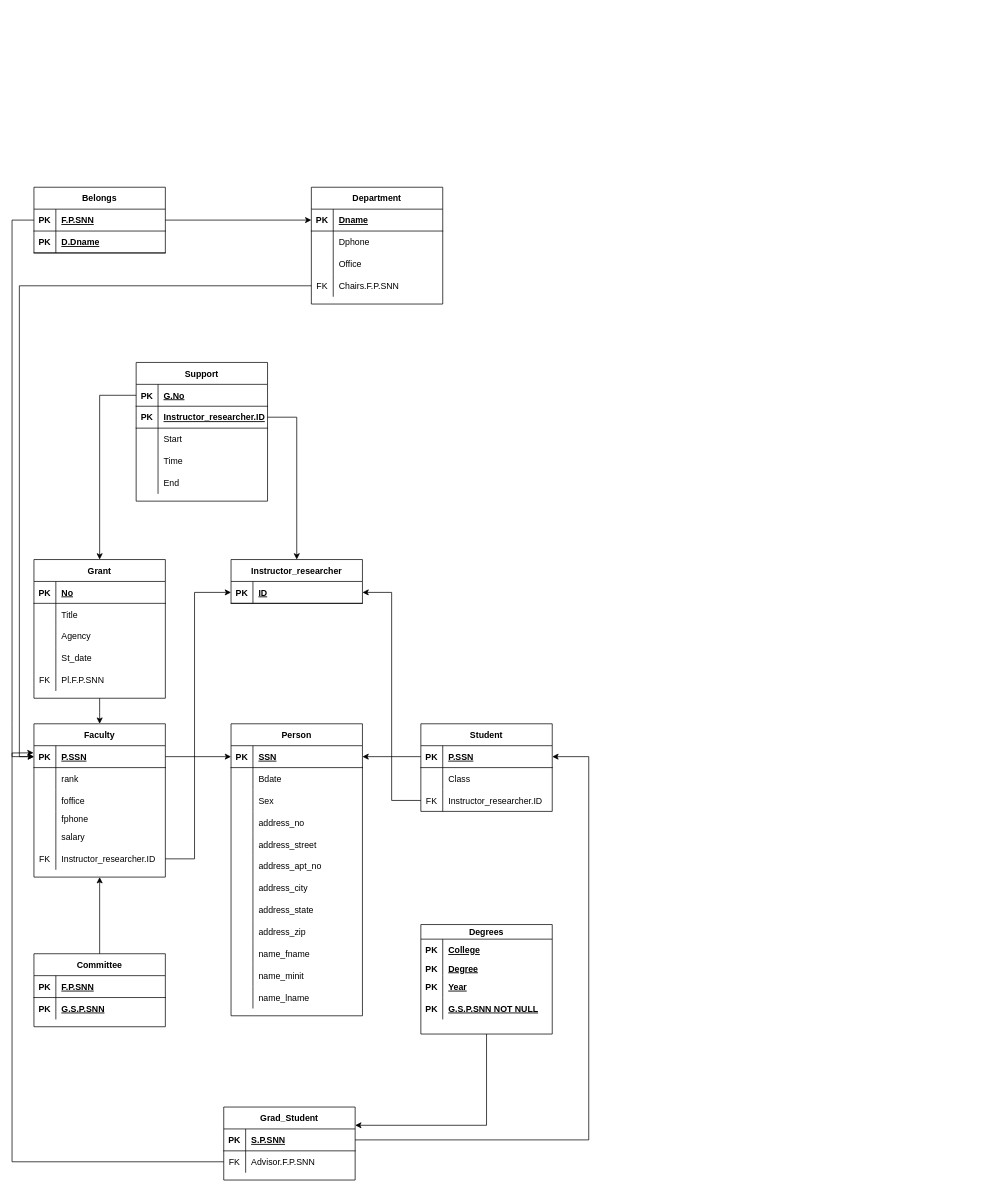
This is Untitled Diagram.drawio from maxwell882000/Diagram, a draw.io file, before an edit. Source tidied: cells renumbered, new cells numbered last; positions are measured from the earlier drawing's top-left corner, leaving out a move shared by most shapes. Both pictures are drawn from the tidied source at 73%, with x=0, y=0 at pixel (12, 187).
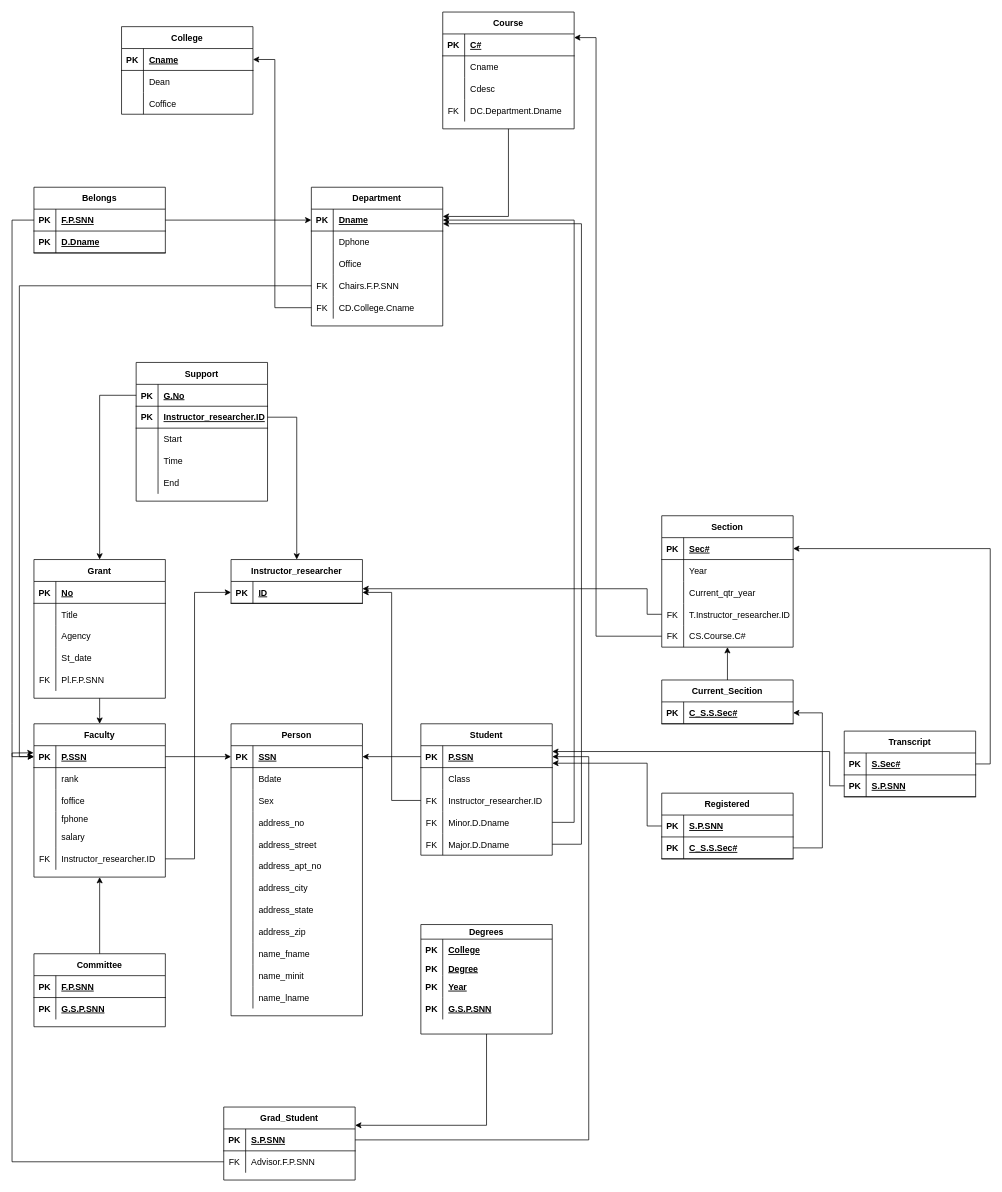
Above is the later version.

The change refers to these unchanged cells:
```xml
<mxCell id="97" style="shape=tableRow;horizontal=0;startSize=0;swimlaneHead=0;swimlaneBody=0;fillColor=none;top=0;left=0;right=0;bottom=0;" parent="87" vertex="1">
  <mxGeometry y="100" width="180" height="30" as="geometry" />
</mxCell>
<mxCell id="151" style="shape=tableRow;horizontal=0;startSize=0;swimlaneHead=0;swimlaneBody=0;fillColor=none;points=[[0,0.5],[1,0.5]];portConstraint=eastwest;top=0;left=0;right=0;bottom=1;" parent="150" vertex="1">
  <mxGeometry y="30" width="180" height="30" as="geometry" />
</mxCell>
```

Change to the diagram source:
```diff
@@
     <mxCell id="59" value="Student" style="shape=table;startSize=30;childLayout=tableLayout;rowLines=0;fontStyle=1;align=center;" parent="1" vertex="1">
-      <mxGeometry x="560" y="735" width="180" height="120" as="geometry" />
+      <mxGeometry x="560" y="735" width="180" height="180" as="geometry" />
     </mxCell>
@@
+    <mxCell id="165" style="shape=tableRow;horizontal=0;startSize=0;swimlaneHead=0;swimlaneBody=0;fillColor=none;points=[[0,0.5],[1,0.5]];portConstraint=eastwest;top=0;left=0;right=0;bottom=0;" parent="59" vertex="1">
+      <mxGeometry y="120" width="180" height="30" as="geometry" />
+    </mxCell>
+    <mxCell id="166" value="FK" style="shape=partialRectangle;fillColor=none;top=0;left=0;bottom=0;right=0;overflow=hidden;" parent="165" vertex="1">
+      <mxGeometry width="30" height="30" as="geometry" />
+    </mxCell>
+    <mxCell id="167" value="Minor.D.Dname" style="shape=partialRectangle;fillColor=none;top=0;left=0;bottom=0;right=0;align=left;spacingLeft=6;overflow=hidden;" parent="165" vertex="1">
+      <mxGeometry x="30" width="150" height="30" as="geometry" />
+    </mxCell>
+    <mxCell id="168" style="shape=tableRow;horizontal=0;startSize=0;swimlaneHead=0;swimlaneBody=0;fillColor=none;points=[[0,0.5],[1,0.5]];portConstraint=eastwest;top=0;left=0;right=0;bottom=0;" parent="59" vertex="1">
+      <mxGeometry y="150" width="180" height="30" as="geometry" />
+    </mxCell>
+    <mxCell id="169" value="FK" style="shape=partialRectangle;fillColor=none;top=0;left=0;bottom=0;right=0;overflow=hidden;" parent="168" vertex="1">
+      <mxGeometry width="30" height="30" as="geometry" />
+    </mxCell>
+    <mxCell id="170" value="Major.D.Dname" style="shape=partialRectangle;fillColor=none;top=0;left=0;bottom=0;right=0;align=left;spacingLeft=6;overflow=hidden;" parent="168" vertex="1">
+      <mxGeometry x="30" width="150" height="30" as="geometry" />
+    </mxCell>
@@
-    <mxCell id="99" value="G.S.P.SNN NOT NULL" style="shape=partialRectangle;fillColor=none;top=0;left=0;bottom=0;right=0;align=left;spacingLeft=6;overflow=hidden;fontStyle=5;" parent="97" vertex="1">
+    <mxCell id="99" value="G.S.P.SNN" style="shape=partialRectangle;fillColor=none;top=0;left=0;bottom=0;right=0;align=left;spacingLeft=6;overflow=hidden;fontStyle=5;" parent="97" vertex="1">
       <mxGeometry x="30" width="150" height="30" as="geometry" />
     </mxCell>
@@
     <mxCell id="150" value="Department" style="shape=table;startSize=30;childLayout=tableLayout;rowLines=0;fontStyle=1;align=center;" parent="1" vertex="1">
-      <mxGeometry x="410" width="180" height="160" as="geometry" />
+      <mxGeometry x="410" width="180" height="190" as="geometry" />
     </mxCell>
@@
+    <mxCell id="171" style="shape=tableRow;horizontal=0;startSize=0;swimlaneHead=0;swimlaneBody=0;fillColor=none;points=[[0,0.5],[1,0.5]];portConstraint=eastwest;top=0;left=0;right=0;bottom=0;" parent="150" vertex="1">
+      <mxGeometry y="150" width="180" height="30" as="geometry" />
+    </mxCell>
+    <mxCell id="172" value="FK" style="shape=partialRectangle;fillColor=none;top=0;left=0;bottom=0;right=0;overflow=hidden;" parent="171" vertex="1">
+      <mxGeometry width="30" height="30" as="geometry" />
+    </mxCell>
+    <mxCell id="173" value="CD.College.Cname" style="shape=partialRectangle;fillColor=none;top=0;left=0;bottom=0;right=0;align=left;spacingLeft=6;overflow=hidden;" parent="171" vertex="1">
+      <mxGeometry x="30" width="150" height="30" as="geometry" />
+    </mxCell>
@@
+    <mxCell id="174" style="endArrow=classic;html=1;rounded=0;entryX=1;entryY=0.5;entryDx=0;entryDy=0;exitX=1;exitY=0.5;exitDx=0;exitDy=0;" parent="1" edge="1" source="165" target="151">
+      <mxGeometry relative="1" as="geometry">
+        <Array as="points">
+          <mxPoint x="770" y="870" />
+          <mxPoint x="770" y="45" />
+        </Array>
+      </mxGeometry>
+    </mxCell>
+    <mxCell id="175" style="endArrow=classic;html=1;rounded=0;exitX=1;exitY=0.5;exitDx=0;exitDy=0;" parent="1" edge="1" source="168">
+      <mxGeometry relative="1" as="geometry">
+        <mxPoint x="590" y="50" as="targetPoint" />
+        <Array as="points">
+          <mxPoint x="780" y="900" />
+          <mxPoint x="780" y="50" />
+        </Array>
+      </mxGeometry>
+    </mxCell>
+    <mxCell id="176" value="Registered" style="shape=table;startSize=30;childLayout=tableLayout;rowLines=0;fontStyle=1;align=center;" parent="1" vertex="1">
+      <mxGeometry x="890" y="830" width="180" height="90" as="geometry" />
+    </mxCell>
+    <mxCell id="177" style="shape=tableRow;horizontal=0;startSize=0;swimlaneHead=0;swimlaneBody=0;fillColor=none;points=[[0,0.5],[1,0.5]];portConstraint=eastwest;top=0;left=0;right=0;bottom=1;" parent="176" vertex="1">
+      <mxGeometry y="30" width="180" height="30" as="geometry" />
+    </mxCell>
+    <mxCell id="178" value="PK" style="shape=partialRectangle;fillColor=none;top=0;left=0;bottom=0;right=0;fontStyle=1;overflow=hidden;" parent="177" vertex="1">
+      <mxGeometry width="30" height="30" as="geometry" />
+    </mxCell>
+    <mxCell id="179" value="S.P.SNN" style="shape=partialRectangle;fillColor=none;top=0;left=0;bottom=0;right=0;align=left;spacingLeft=6;fontStyle=5;overflow=hidden;" parent="177" vertex="1">
+      <mxGeometry x="30" width="150" height="30" as="geometry" />
+    </mxCell>
+    <mxCell id="180" style="shape=tableRow;horizontal=0;startSize=0;swimlaneHead=0;swimlaneBody=0;fillColor=none;points=[[0,0.5],[1,0.5]];portConstraint=eastwest;top=0;left=0;right=0;bottom=1;" parent="176" vertex="1">
+      <mxGeometry y="60" width="180" height="30" as="geometry" />
+    </mxCell>
+    <mxCell id="181" value="PK" style="shape=partialRectangle;fillColor=none;top=0;left=0;bottom=0;right=0;fontStyle=1;overflow=hidden;" parent="180" vertex="1">
+      <mxGeometry width="30" height="30" as="geometry" />
+    </mxCell>
+    <mxCell id="182" value="C_S.S.Sec#" style="shape=partialRectangle;fillColor=none;top=0;left=0;bottom=0;right=0;align=left;spacingLeft=6;fontStyle=5;overflow=hidden;" parent="180" vertex="1">
+      <mxGeometry x="30" width="150" height="30" as="geometry" />
+    </mxCell>
+    <mxCell id="183" value="Transcript" style="shape=table;startSize=30;childLayout=tableLayout;rowLines=0;fontStyle=1;align=center;" parent="1" vertex="1">
+      <mxGeometry x="1140" y="745" width="180" height="90" as="geometry" />
+    </mxCell>
+    <mxCell id="184" style="shape=tableRow;horizontal=0;startSize=0;swimlaneHead=0;swimlaneBody=0;fillColor=none;points=[[0,0.5],[1,0.5]];portConstraint=eastwest;top=0;left=0;right=0;bottom=1;" parent="183" vertex="1">
+      <mxGeometry y="30" width="180" height="30" as="geometry" />
+    </mxCell>
+    <mxCell id="185" value="PK" style="shape=partialRectangle;fillColor=none;top=0;left=0;bottom=0;right=0;fontStyle=1;overflow=hidden;" parent="184" vertex="1">
+      <mxGeometry width="30" height="30" as="geometry" />
+    </mxCell>
+    <mxCell id="186" value="S.Sec#" style="shape=partialRectangle;fillColor=none;top=0;left=0;bottom=0;right=0;align=left;spacingLeft=6;fontStyle=5;overflow=hidden;" parent="184" vertex="1">
+      <mxGeometry x="30" width="150" height="30" as="geometry" />
+    </mxCell>
+    <mxCell id="187" style="shape=tableRow;horizontal=0;startSize=0;swimlaneHead=0;swimlaneBody=0;fillColor=none;points=[[0,0.5],[1,0.5]];portConstraint=eastwest;top=0;left=0;right=0;bottom=1;" parent="183" vertex="1">
+      <mxGeometry y="60" width="180" height="30" as="geometry" />
+    </mxCell>
+    <mxCell id="188" value="PK" style="shape=partialRectangle;fillColor=none;top=0;left=0;bottom=0;right=0;fontStyle=1;overflow=hidden;" parent="187" vertex="1">
+      <mxGeometry width="30" height="30" as="geometry" />
+    </mxCell>
+    <mxCell id="189" value="S.P.SNN" style="shape=partialRectangle;fillColor=none;top=0;left=0;bottom=0;right=0;align=left;spacingLeft=6;fontStyle=5;overflow=hidden;" parent="187" vertex="1">
+      <mxGeometry x="30" width="150" height="30" as="geometry" />
+    </mxCell>
+    <mxCell id="190" style="edgeStyle=none;rounded=0;jettySize=auto;html=1;exitX=0;exitY=0.5;exitDx=0;exitDy=0;" parent="1" edge="1" source="187">
+      <mxGeometry relative="1" as="geometry">
+        <mxPoint x="740" y="773" as="targetPoint" />
+        <Array as="points">
+          <mxPoint x="1120" y="820" />
+          <mxPoint x="1120" y="773" />
+        </Array>
+      </mxGeometry>
+    </mxCell>
+    <mxCell id="191" style="edgeStyle=none;rounded=0;jettySize=auto;html=1;exitX=0;exitY=0.5;exitDx=0;exitDy=0;" parent="1" edge="1" source="177">
+      <mxGeometry relative="1" as="geometry">
+        <mxPoint x="740" y="789" as="targetPoint" />
+        <Array as="points">
+          <mxPoint x="870" y="875" />
+          <mxPoint x="870" y="789" />
+        </Array>
+      </mxGeometry>
+    </mxCell>
+    <mxCell id="192" style="edgeStyle=none;rounded=0;jettySize=auto;html=1;exitX=0.5;exitY=0;exitDx=0;exitDy=0;entryX=0.5;entryY=1;entryDx=0;entryDy=0;" parent="1" edge="1" source="193" target="197">
+      <mxGeometry relative="1" as="geometry" />
+    </mxCell>
+    <mxCell id="193" value="Current_Secition" style="shape=table;startSize=30;childLayout=tableLayout;rowLines=0;fontStyle=1;align=center;" parent="1" vertex="1">
+      <mxGeometry x="890" y="675" width="180" height="60" as="geometry" />
+    </mxCell>
+    <mxCell id="194" style="shape=tableRow;horizontal=0;startSize=0;swimlaneHead=0;swimlaneBody=0;fillColor=none;points=[[0,0.5],[1,0.5]];portConstraint=eastwest;top=0;left=0;right=0;bottom=1;" parent="193" vertex="1">
+      <mxGeometry y="30" width="180" height="30" as="geometry" />
+    </mxCell>
+    <mxCell id="195" value="PK" style="shape=partialRectangle;fillColor=none;top=0;left=0;bottom=0;right=0;fontStyle=1;overflow=hidden;" parent="194" vertex="1">
+      <mxGeometry width="30" height="30" as="geometry" />
+    </mxCell>
+    <mxCell id="196" value="C_S.S.Sec#" style="shape=partialRectangle;fillColor=none;top=0;left=0;bottom=0;right=0;align=left;spacingLeft=6;fontStyle=5;overflow=hidden;" parent="194" vertex="1">
+      <mxGeometry x="30" width="150" height="30" as="geometry" />
+    </mxCell>
+    <mxCell id="197" value="Section" style="shape=table;startSize=30;childLayout=tableLayout;rowLines=0;fontStyle=1;align=center;" parent="1" vertex="1">
+      <mxGeometry x="890" y="450" width="180" height="180" as="geometry" />
+    </mxCell>
+    <mxCell id="198" style="shape=tableRow;horizontal=0;startSize=0;swimlaneHead=0;swimlaneBody=0;fillColor=none;points=[[0,0.5],[1,0.5]];portConstraint=eastwest;top=0;left=0;right=0;bottom=1;" parent="197" vertex="1">
+      <mxGeometry y="30" width="180" height="30" as="geometry" />
+    </mxCell>
+    <mxCell id="199" value="PK" style="shape=partialRectangle;fillColor=none;top=0;left=0;bottom=0;right=0;fontStyle=1;overflow=hidden;" parent="198" vertex="1">
+      <mxGeometry width="30" height="30" as="geometry" />
+    </mxCell>
+    <mxCell id="200" value="Sec#" style="shape=partialRectangle;fillColor=none;top=0;left=0;bottom=0;right=0;align=left;spacingLeft=6;fontStyle=5;overflow=hidden;" parent="198" vertex="1">
+      <mxGeometry x="30" width="150" height="30" as="geometry" />
+    </mxCell>
+    <mxCell id="201" style="shape=tableRow;horizontal=0;startSize=0;swimlaneHead=0;swimlaneBody=0;fillColor=none;top=0;left=0;right=0;bottom=0;" parent="197" vertex="1">
+      <mxGeometry y="60" width="180" height="30" as="geometry" />
+    </mxCell>
+    <mxCell id="202" style="shape=partialRectangle;fillColor=none;top=0;left=0;bottom=0;right=0;overflow=hidden;" parent="201" vertex="1">
+      <mxGeometry width="30" height="30" as="geometry" />
+    </mxCell>
+    <mxCell id="203" value="Year" style="shape=partialRectangle;fillColor=none;top=0;left=0;bottom=0;right=0;align=left;spacingLeft=6;overflow=hidden;" parent="201" vertex="1">
+      <mxGeometry x="30" width="150" height="30" as="geometry" />
+    </mxCell>
+    <mxCell id="204" style="shape=tableRow;horizontal=0;startSize=0;swimlaneHead=0;swimlaneBody=0;fillColor=none;top=0;left=0;right=0;bottom=0;" parent="197" vertex="1">
+      <mxGeometry y="90" width="180" height="30" as="geometry" />
+    </mxCell>
+    <mxCell id="205" style="shape=partialRectangle;fillColor=none;top=0;left=0;bottom=0;right=0;overflow=hidden;" parent="204" vertex="1">
+      <mxGeometry width="30" height="30" as="geometry" />
+    </mxCell>
+    <mxCell id="206" value="Current_qtr_year" style="shape=partialRectangle;fillColor=none;top=0;left=0;bottom=0;right=0;align=left;spacingLeft=6;overflow=hidden;" parent="204" vertex="1">
+      <mxGeometry x="30" width="150" height="30" as="geometry" />
+    </mxCell>
+    <mxCell id="207" style="shape=tableRow;horizontal=0;startSize=0;swimlaneHead=0;swimlaneBody=0;fillColor=none;points=[[0,0.5],[1,0.5]];portConstraint=eastwest;top=0;left=0;right=0;bottom=0;" parent="197" vertex="1">
+      <mxGeometry y="120" width="180" height="30" as="geometry" />
+    </mxCell>
+    <mxCell id="208" value="FK" style="shape=partialRectangle;fillColor=none;top=0;left=0;bottom=0;right=0;overflow=hidden;" parent="207" vertex="1">
+      <mxGeometry width="30" height="30" as="geometry" />
+    </mxCell>
+    <mxCell id="209" value="T.Instructor_researcher.ID" style="shape=partialRectangle;fillColor=none;top=0;left=0;bottom=0;right=0;align=left;spacingLeft=6;overflow=hidden;" parent="207" vertex="1">
+      <mxGeometry x="30" width="150" height="30" as="geometry" />
+    </mxCell>
+    <mxCell id="210" style="shape=tableRow;horizontal=0;startSize=0;swimlaneHead=0;swimlaneBody=0;fillColor=none;points=[[0,0.5],[1,0.5]];portConstraint=eastwest;top=0;left=0;right=0;bottom=0;" parent="197" vertex="1">
+      <mxGeometry y="150" width="180" height="30" as="geometry" />
+    </mxCell>
+    <mxCell id="211" value="FK" style="shape=partialRectangle;fillColor=none;top=0;left=0;bottom=0;right=0;overflow=hidden;" parent="210" vertex="1">
+      <mxGeometry width="30" height="30" as="geometry" />
+    </mxCell>
+    <mxCell id="212" value="CS.Course.C#" style="shape=partialRectangle;fillColor=none;top=0;left=0;bottom=0;right=0;align=left;spacingLeft=6;overflow=hidden;" parent="210" vertex="1">
+      <mxGeometry x="30" width="150" height="30" as="geometry" />
+    </mxCell>
+    <mxCell id="213" style="edgeStyle=none;rounded=0;jettySize=auto;html=1;exitX=1;exitY=0.5;exitDx=0;exitDy=0;entryX=1;entryY=0.5;entryDx=0;entryDy=0;" parent="1" edge="1" source="180" target="194">
+      <mxGeometry relative="1" as="geometry">
+        <Array as="points">
+          <mxPoint x="1110" y="905" />
+          <mxPoint x="1110" y="720" />
+        </Array>
+      </mxGeometry>
+    </mxCell>
+    <mxCell id="214" style="edgeStyle=none;rounded=0;jettySize=auto;html=1;exitX=1;exitY=0.5;exitDx=0;exitDy=0;entryX=1;entryY=0.5;entryDx=0;entryDy=0;" parent="1" edge="1" source="184" target="198">
+      <mxGeometry relative="1" as="geometry">
+        <Array as="points">
+          <mxPoint x="1340" y="790" />
+          <mxPoint x="1340" y="495" />
+        </Array>
+      </mxGeometry>
+    </mxCell>
+    <mxCell id="215" style="edgeStyle=none;rounded=0;jettySize=auto;html=1;exitX=0;exitY=0.5;exitDx=0;exitDy=0;" parent="1" edge="1" source="207">
+      <mxGeometry relative="1" as="geometry">
+        <mxPoint x="480" y="550" as="targetPoint" />
+        <Array as="points">
+          <mxPoint x="870" y="585" />
+          <mxPoint x="870" y="550" />
+        </Array>
+      </mxGeometry>
+    </mxCell>
+    <mxCell id="216" value="College" style="shape=table;startSize=30;childLayout=tableLayout;rowLines=0;fontStyle=1;align=center;" parent="1" vertex="1">
+      <mxGeometry x="150" y="-220" width="180" height="120" as="geometry" />
+    </mxCell>
+    <mxCell id="217" style="shape=tableRow;horizontal=0;startSize=0;swimlaneHead=0;swimlaneBody=0;fillColor=none;points=[[0,0.5],[1,0.5]];portConstraint=eastwest;top=0;left=0;right=0;bottom=1;" parent="216" vertex="1">
+      <mxGeometry y="30" width="180" height="30" as="geometry" />
+    </mxCell>
+    <mxCell id="218" value="PK" style="shape=partialRectangle;fillColor=none;top=0;left=0;bottom=0;right=0;fontStyle=1;overflow=hidden;" parent="217" vertex="1">
+      <mxGeometry width="30" height="30" as="geometry" />
+    </mxCell>
+    <mxCell id="219" value="Cname" style="shape=partialRectangle;fillColor=none;top=0;left=0;bottom=0;right=0;align=left;spacingLeft=6;fontStyle=5;overflow=hidden;" parent="217" vertex="1">
+      <mxGeometry x="30" width="150" height="30" as="geometry" />
+    </mxCell>
+    <mxCell id="220" style="shape=tableRow;horizontal=0;startSize=0;swimlaneHead=0;swimlaneBody=0;fillColor=none;top=0;left=0;right=0;bottom=0;" parent="216" vertex="1">
+      <mxGeometry y="60" width="180" height="30" as="geometry" />
+    </mxCell>
+    <mxCell id="221" style="shape=partialRectangle;fillColor=none;top=0;left=0;bottom=0;right=0;overflow=hidden;" parent="220" vertex="1">
+      <mxGeometry width="30" height="30" as="geometry" />
+    </mxCell>
+    <mxCell id="222" value="Dean" style="shape=partialRectangle;fillColor=none;top=0;left=0;bottom=0;right=0;align=left;spacingLeft=6;overflow=hidden;" parent="220" vertex="1">
+      <mxGeometry x="30" width="150" height="30" as="geometry" />
+    </mxCell>
+    <mxCell id="223" style="shape=tableRow;horizontal=0;startSize=0;swimlaneHead=0;swimlaneBody=0;fillColor=none;top=0;left=0;right=0;bottom=0;" parent="216" vertex="1">
+      <mxGeometry y="90" width="180" height="30" as="geometry" />
+    </mxCell>
+    <mxCell id="224" style="shape=partialRectangle;fillColor=none;top=0;left=0;bottom=0;right=0;overflow=hidden;" parent="223" vertex="1">
+      <mxGeometry width="30" height="30" as="geometry" />
+    </mxCell>
+    <mxCell id="225" value="Coffice" style="shape=partialRectangle;fillColor=none;top=0;left=0;bottom=0;right=0;align=left;spacingLeft=6;overflow=hidden;" parent="223" vertex="1">
+      <mxGeometry x="30" width="150" height="30" as="geometry" />
+    </mxCell>
+    <mxCell id="226" style="edgeStyle=none;rounded=0;jettySize=auto;html=1;exitX=0;exitY=0.5;exitDx=0;exitDy=0;entryX=1;entryY=0.5;entryDx=0;entryDy=0;" parent="1" edge="1" source="171" target="217">
+      <mxGeometry relative="1" as="geometry">
+        <Array as="points">
+          <mxPoint x="360" y="165" />
+          <mxPoint x="360" y="-175" />
+        </Array>
+      </mxGeometry>
+    </mxCell>
+    <mxCell id="227" style="edgeStyle=none;rounded=0;jettySize=auto;html=1;exitX=0.5;exitY=1;exitDx=0;exitDy=0;" parent="1" edge="1" source="228">
+      <mxGeometry relative="1" as="geometry">
+        <mxPoint x="590" y="40" as="targetPoint" />
+        <Array as="points">
+          <mxPoint x="680" y="40" />
+        </Array>
+      </mxGeometry>
+    </mxCell>
+    <mxCell id="228" value="Course" style="shape=table;startSize=30;childLayout=tableLayout;rowLines=0;fontStyle=1;align=center;" parent="1" vertex="1">
+      <mxGeometry x="590" y="-240" width="180" height="160" as="geometry" />
+    </mxCell>
+    <mxCell id="229" style="shape=tableRow;horizontal=0;startSize=0;swimlaneHead=0;swimlaneBody=0;fillColor=none;top=0;left=0;right=0;bottom=1;" parent="228" vertex="1">
+      <mxGeometry y="30" width="180" height="30" as="geometry" />
+    </mxCell>
+    <mxCell id="230" value="PK" style="shape=partialRectangle;fillColor=none;top=0;left=0;bottom=0;right=0;fontStyle=1;overflow=hidden;" parent="229" vertex="1">
+      <mxGeometry width="30" height="30" as="geometry" />
+    </mxCell>
+    <mxCell id="231" value="C#" style="shape=partialRectangle;fillColor=none;top=0;left=0;bottom=0;right=0;align=left;spacingLeft=6;fontStyle=5;overflow=hidden;" parent="229" vertex="1">
+      <mxGeometry x="30" width="150" height="30" as="geometry" />
+    </mxCell>
+    <mxCell id="232" style="shape=tableRow;horizontal=0;startSize=0;swimlaneHead=0;swimlaneBody=0;fillColor=none;top=0;left=0;right=0;bottom=0;" parent="228" vertex="1">
+      <mxGeometry y="60" width="180" height="30" as="geometry" />
+    </mxCell>
+    <mxCell id="233" style="shape=partialRectangle;fillColor=none;top=0;left=0;bottom=0;right=0;overflow=hidden;" parent="232" vertex="1">
+      <mxGeometry width="30" height="30" as="geometry" />
+    </mxCell>
+    <mxCell id="234" value="Cname" style="shape=partialRectangle;fillColor=none;top=0;left=0;bottom=0;right=0;align=left;spacingLeft=6;overflow=hidden;" parent="232" vertex="1">
+      <mxGeometry x="30" width="150" height="30" as="geometry" />
+    </mxCell>
+    <mxCell id="235" style="shape=tableRow;horizontal=0;startSize=0;swimlaneHead=0;swimlaneBody=0;fillColor=none;top=0;left=0;right=0;bottom=0;" parent="228" vertex="1">
+      <mxGeometry y="90" width="180" height="30" as="geometry" />
+    </mxCell>
+    <mxCell id="236" style="shape=partialRectangle;fillColor=none;top=0;left=0;bottom=0;right=0;overflow=hidden;" parent="235" vertex="1">
+      <mxGeometry width="30" height="30" as="geometry" />
+    </mxCell>
+    <mxCell id="237" value="Cdesc" style="shape=partialRectangle;fillColor=none;top=0;left=0;bottom=0;right=0;align=left;spacingLeft=6;overflow=hidden;" parent="235" vertex="1">
+      <mxGeometry x="30" width="150" height="30" as="geometry" />
+    </mxCell>
+    <mxCell id="238" style="shape=tableRow;horizontal=0;startSize=0;swimlaneHead=0;swimlaneBody=0;fillColor=none;top=0;left=0;right=0;bottom=0;" parent="228" vertex="1">
+      <mxGeometry y="120" width="180" height="30" as="geometry" />
+    </mxCell>
+    <mxCell id="239" value="FK" style="shape=partialRectangle;fillColor=none;top=0;left=0;bottom=0;right=0;overflow=hidden;" parent="238" vertex="1">
+      <mxGeometry width="30" height="30" as="geometry" />
+    </mxCell>
+    <mxCell id="240" value="DC.Department.Dname" style="shape=partialRectangle;fillColor=none;top=0;left=0;bottom=0;right=0;align=left;spacingLeft=6;overflow=hidden;" parent="238" vertex="1">
+      <mxGeometry x="30" width="150" height="30" as="geometry" />
+    </mxCell>
+    <mxCell id="241" style="edgeStyle=none;rounded=0;jettySize=auto;html=1;exitX=0;exitY=0.5;exitDx=0;exitDy=0;" parent="1" edge="1" source="210">
+      <mxGeometry relative="1" as="geometry">
+        <mxPoint x="770" y="-205" as="targetPoint" />
+        <Array as="points">
+          <mxPoint x="800" y="615" />
+          <mxPoint x="800" y="-205" />
+        </Array>
+      </mxGeometry>
+    </mxCell>
```
